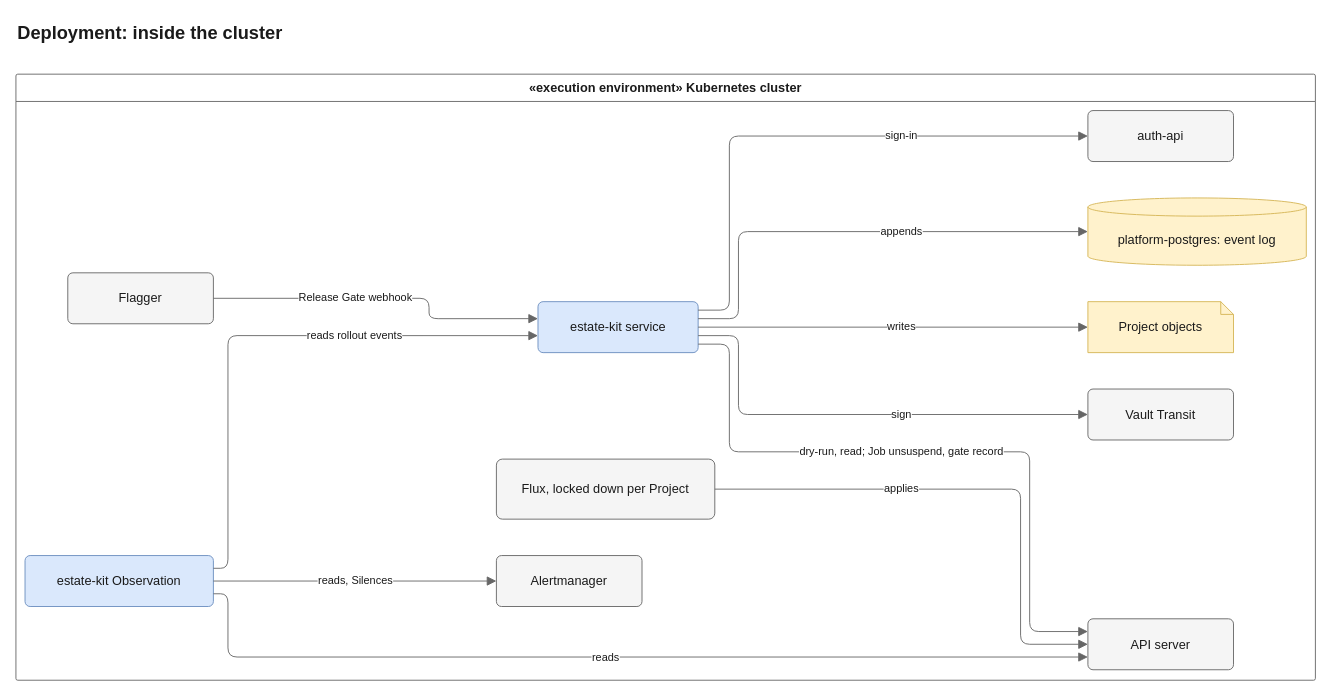
Above: docs/diagrams/src/deploy-in-cluster.drawio in JorisJonkers-dev/estate-kit (draw.io), before the change. Source tidied: cells renumbered, new cells numbered last; positions are measured from the earlier drawing's top-left corner, leaving out a move shared by most shapes. Both pictures are drawn from the tidied source at 91%, with x=0, y=0 at pixel (15, 15).
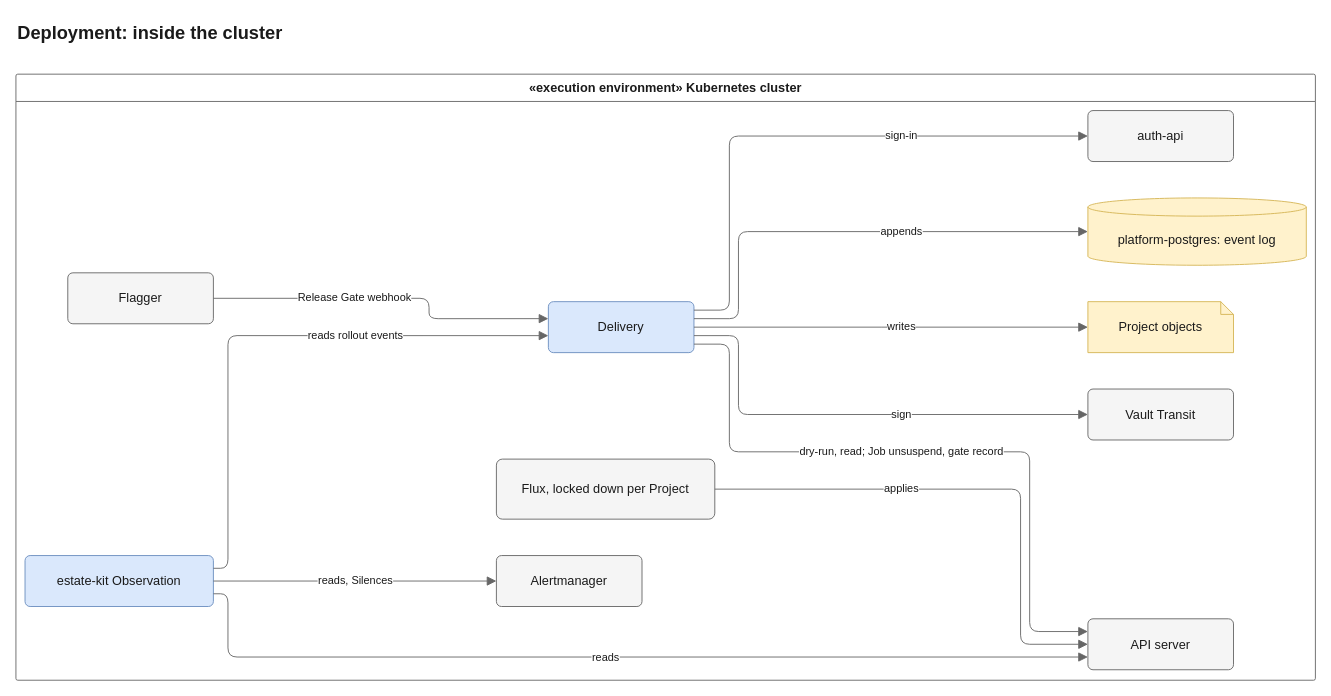
The same page after the edit.

The change refers to these unchanged cells:
```xml
<mxCell id="2" value="«execution environment» Kubernetes cluster" style="swimlane;startSize=30;rounded=1;arcSize=4;absoluteArcSize=1;html=1;whiteSpace=wrap;fontSize=14;fontColor=light-dark(#1a1a1a,#e8e8e8);fontStyle=1;fillColor=none;swimlaneFillColor=none;strokeColor=light-dark(#666666,#a8a8a8);fontFamily=Helvetica;" parent="1" vertex="1">
  <mxGeometry y="64" width="1428" height="666" as="geometry" />
</mxCell>
<mxCell id="4" value="platform-postgres: event log" style="shape=cylinder3;size=10;boundedLbl=1;backgroundOutline=1;html=1;whiteSpace=wrap;fontSize=14;fontColor=light-dark(#1a1a1a,#e8e8e8);fillColor=light-dark(#fff2cc,#3a3220);strokeColor=light-dark(#d6b656,#c9a74a);fontFamily=Helvetica;" parent="2" vertex="1">
  <mxGeometry x="1178" y="136" width="240" height="74" as="geometry" />
</mxCell>
<mxCell id="5" value="Flagger" style="rounded=1;arcSize=10;html=1;whiteSpace=wrap;fontSize=14;fontColor=light-dark(#1a1a1a,#e8e8e8);fillColor=light-dark(#f5f5f5,#2b2b2b);strokeColor=light-dark(#666666,#a8a8a8);fontFamily=Helvetica;" parent="2" vertex="1">
  <mxGeometry x="57" y="218.3" width="160" height="56" as="geometry" />
</mxCell>
<mxCell id="6" value="Vault Transit" style="rounded=1;arcSize=10;html=1;whiteSpace=wrap;fontSize=14;fontColor=light-dark(#1a1a1a,#e8e8e8);fillColor=light-dark(#f5f5f5,#2b2b2b);strokeColor=light-dark(#666666,#a8a8a8);fontFamily=Helvetica;" parent="2" vertex="1">
  <mxGeometry x="1178" y="346" width="160" height="56" as="geometry" />
</mxCell>
<mxCell id="7" value="API server" style="rounded=1;arcSize=10;html=1;whiteSpace=wrap;fontSize=14;fontColor=light-dark(#1a1a1a,#e8e8e8);fillColor=light-dark(#f5f5f5,#2b2b2b);strokeColor=light-dark(#666666,#a8a8a8);fontFamily=Helvetica;" parent="2" vertex="1">
  <mxGeometry x="1178" y="598.5" width="160" height="56" as="geometry" />
</mxCell>
<mxCell id="9" value="Project objects" style="shape=note;size=14;html=1;whiteSpace=wrap;fontSize=14;fontColor=light-dark(#1a1a1a,#e8e8e8);fillColor=light-dark(#fff2cc,#3a3220);strokeColor=light-dark(#d6b656,#c9a74a);fontFamily=Helvetica;" parent="2" vertex="1">
  <mxGeometry x="1178" y="250" width="160" height="56" as="geometry" />
</mxCell>
<mxCell id="10" value="auth-api" style="rounded=1;arcSize=10;html=1;whiteSpace=wrap;fontSize=14;fontColor=light-dark(#1a1a1a,#e8e8e8);fillColor=light-dark(#f5f5f5,#2b2b2b);strokeColor=light-dark(#666666,#a8a8a8);fontFamily=Helvetica;" parent="2" vertex="1">
  <mxGeometry x="1178" y="40" width="160" height="56" as="geometry" />
</mxCell>
<mxCell id="11" value="estate-kit Observation" style="rounded=1;arcSize=10;html=1;whiteSpace=wrap;fontSize=14;fontColor=light-dark(#1a1a1a,#e8e8e8);fillColor=light-dark(#dae8fc,#1f3a5f);strokeColor=light-dark(#6c8ebf,#7aa7e0);fontFamily=Helvetica;" parent="2" vertex="1">
  <mxGeometry x="10" y="529" width="207" height="56" as="geometry" />
</mxCell>
```

What changed in the source:
```diff
@@
-    <mxCell id="3" value="estate-kit service" style="rounded=1;arcSize=10;html=1;whiteSpace=wrap;fontSize=14;fontColor=light-dark(#1a1a1a,#e8e8e8);fillColor=light-dark(#dae8fc,#1f3a5f);strokeColor=light-dark(#6c8ebf,#7aa7e0);fontFamily=Helvetica;" parent="2" vertex="1">
-      <mxGeometry x="573.7" y="250" width="176" height="56" as="geometry" />
+    <mxCell id="3" value="Delivery" style="rounded=1;arcSize=10;html=1;whiteSpace=wrap;fontSize=14;fontColor=light-dark(#1a1a1a,#e8e8e8);fillColor=light-dark(#dae8fc,#1f3a5f);strokeColor=light-dark(#6c8ebf,#7aa7e0);fontFamily=Helvetica;" parent="2" vertex="1">
+      <mxGeometry x="585.1" y="250" width="160" height="56" as="geometry" />
     </mxCell>
@@
     <mxCell id="13" value="Release Gate webhook" style="html=1;rounded=1;fontSize=14;fontSize=12;fontColor=light-dark(#1a1a1a,#e8e8e8);strokeColor=light-dark(#666666,#a8a8a8);endArrow=block;endFill=1;endSize=8;curved=0;exitX=1;exitY=0.5;entryX=0;entryY=0.3334;edgeStyle=orthogonalEdgeStyle;fontFamily=Helvetica;labelBackgroundColor=light-dark(#ffffff,#1e1e1e);" parent="2" edge="1" source="5" target="3">
       <mxGeometry relative="1" as="geometry">
         <Array as="points">
           <mxPoint x="454" y="246.3" />
           <mxPoint x="454" y="268.7" />
         </Array>
-        <mxPoint x="-34" as="offset" />
+        <mxPoint x="-39.7" as="offset" />
       </mxGeometry>
     </mxCell>
     <mxCell id="14" value="reads rollout events" style="html=1;rounded=1;fontSize=14;fontSize=12;fontColor=light-dark(#1a1a1a,#e8e8e8);strokeColor=light-dark(#666666,#a8a8a8);endArrow=block;endFill=1;endSize=8;curved=0;exitX=1;exitY=0.25;entryX=0;entryY=0.6666;edgeStyle=orthogonalEdgeStyle;fontFamily=Helvetica;labelBackgroundColor=light-dark(#ffffff,#1e1e1e);" parent="2" edge="1" source="11" target="3">
       <mxGeometry relative="1" as="geometry">
         <Array as="points">
           <mxPoint x="233" y="543" />
           <mxPoint x="233" y="287.3" />
         </Array>
-        <mxPoint x="105" as="offset" />
+        <mxPoint x="99.3" as="offset" />
       </mxGeometry>
     </mxCell>
     <mxCell id="15" value="dry-run, read; Job unsuspend, gate record" style="html=1;rounded=1;fontSize=14;fontSize=12;fontColor=light-dark(#1a1a1a,#e8e8e8);strokeColor=light-dark(#666666,#a8a8a8);endArrow=block;endFill=1;endSize=8;curved=0;exitX=1;exitY=0.8334;entryX=0;entryY=0.25;edgeStyle=orthogonalEdgeStyle;fontFamily=Helvetica;labelBackgroundColor=light-dark(#ffffff,#1e1e1e);" parent="2" edge="1" source="3" target="7">
       <mxGeometry relative="1" as="geometry">
         <Array as="points">
           <mxPoint x="784" y="296.7" />
           <mxPoint x="784" y="415" />
           <mxPoint x="1114" y="415" />
           <mxPoint x="1114" y="612.5" />
         </Array>
-        <mxPoint x="-30.4" as="offset" />
+        <mxPoint x="-28.1" as="offset" />
       </mxGeometry>
     </mxCell>
     <mxCell id="16" value="sign" style="html=1;rounded=1;fontSize=14;fontSize=12;fontColor=light-dark(#1a1a1a,#e8e8e8);strokeColor=light-dark(#666666,#a8a8a8);endArrow=block;endFill=1;endSize=8;curved=0;exitX=1;exitY=0.6666;entryX=0;entryY=0.5;edgeStyle=orthogonalEdgeStyle;fontFamily=Helvetica;labelBackgroundColor=light-dark(#ffffff,#1e1e1e);" parent="2" edge="1" source="3" target="6">
       <mxGeometry relative="1" as="geometry">
         <Array as="points">
           <mxPoint x="794" y="287.3" />
           <mxPoint x="794" y="374" />
         </Array>
-        <mxPoint x="52.5" as="offset" />
+        <mxPoint x="54.8" as="offset" />
       </mxGeometry>
     </mxCell>
     <mxCell id="17" value="sign-in" style="html=1;rounded=1;fontSize=14;fontSize=12;fontColor=light-dark(#1a1a1a,#e8e8e8);strokeColor=light-dark(#666666,#a8a8a8);endArrow=block;endFill=1;endSize=8;curved=0;exitX=1;exitY=0.1666;entryX=0;entryY=0.5;edgeStyle=orthogonalEdgeStyle;fontFamily=Helvetica;labelBackgroundColor=light-dark(#ffffff,#1e1e1e);" parent="2" edge="1" source="3" target="10">
       <mxGeometry relative="1" as="geometry">
         <Array as="points">
           <mxPoint x="784" y="259.3" />
           <mxPoint x="784" y="68" />
         </Array>
-        <mxPoint x="104.8" as="offset" />
+        <mxPoint x="107.1" as="offset" />
       </mxGeometry>
     </mxCell>
     <mxCell id="18" value="appends" style="html=1;rounded=1;fontSize=14;fontSize=12;fontColor=light-dark(#1a1a1a,#e8e8e8);strokeColor=light-dark(#666666,#a8a8a8);endArrow=block;endFill=1;endSize=8;curved=0;exitX=1;exitY=0.3334;entryX=0;entryY=0.5;edgeStyle=orthogonalEdgeStyle;fontFamily=Helvetica;labelBackgroundColor=light-dark(#ffffff,#1e1e1e);" parent="2" edge="1" source="3" target="4">
       <mxGeometry relative="1" as="geometry">
         <Array as="points">
           <mxPoint x="794" y="268.7" />
           <mxPoint x="794" y="173" />
         </Array>
-        <mxPoint x="57" as="offset" />
+        <mxPoint x="59.3" as="offset" />
       </mxGeometry>
     </mxCell>
     <mxCell id="19" value="writes" style="html=1;rounded=1;fontSize=14;fontSize=12;fontColor=light-dark(#1a1a1a,#e8e8e8);strokeColor=light-dark(#666666,#a8a8a8);endArrow=block;endFill=1;endSize=8;curved=0;exitX=1;exitY=0.5;entryX=0;entryY=0.5;edgeStyle=orthogonalEdgeStyle;fontFamily=Helvetica;labelBackgroundColor=light-dark(#ffffff,#1e1e1e);" parent="2" edge="1" source="3" target="9">
       <mxGeometry relative="1" as="geometry">
         <Array as="points">
-          <mxPoint x="963.9" y="278" />
+          <mxPoint x="961.6" y="278" />
         </Array>
-        <mxPoint x="9.1" as="offset" />
+        <mxPoint x="11.4" as="offset" />
       </mxGeometry>
     </mxCell>
```
